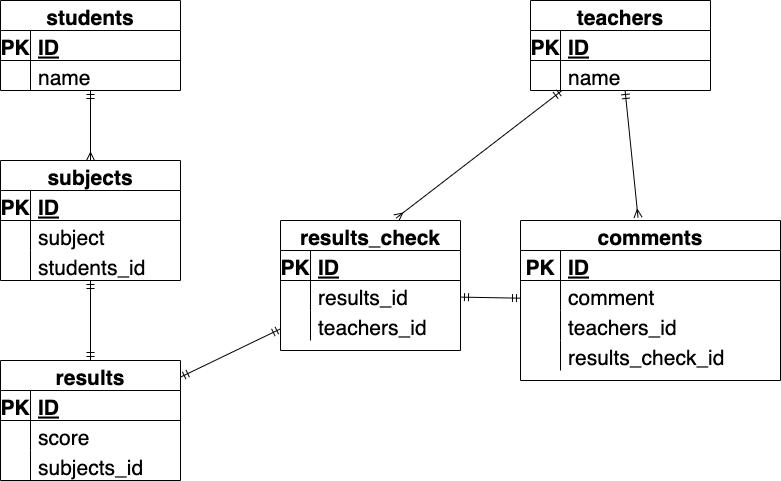
Before: index.drawio.png, a diagram exported from draw.io (kotasuke55/0526). Source tidied: cells renumbered, new cells last; positions are measured from the earlier drawing's top-left corner, leaving out a move shared by most shapes.
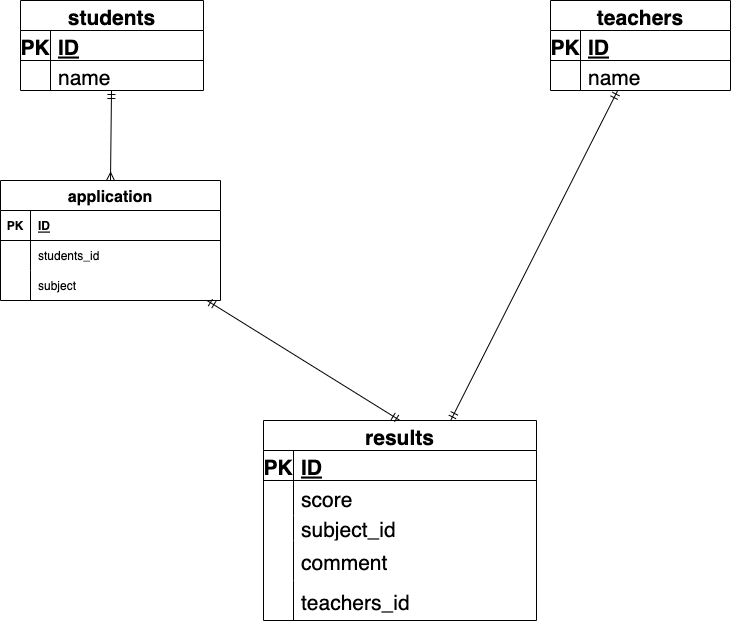
Later version of the same file.

Diff of the diagram source:
```diff
@@ -2,36 +2,30 @@
   <root>
     <mxCell id="0" />
     <mxCell id="1" parent="0" />
-    <mxCell id="2" style="edgeStyle=none;html=1;entryX=0.5;entryY=0;entryDx=0;entryDy=0;fontSize=21;startArrow=ERmandOne;startFill=0;endArrow=ERmany;endFill=0;" parent="1" edge="1" source="3" target="44">
-      <mxGeometry relative="1" as="geometry" />
-    </mxCell>
+    <mxCell id="65" style="edgeStyle=none;html=1;entryX=0.5;entryY=0;entryDx=0;entryDy=0;fontSize=16;startArrow=ERmandOne;startFill=0;endArrow=ERmany;endFill=0;" parent="1" edge="1" source="3" target="72">
+      <mxGeometry relative="1" as="geometry" />
+    </mxCell>
     <mxCell id="3" value="students" style="shape=table;startSize=30;rowLines=0;fontStyle=1;align=center;shadow=0;fontSize=21;" parent="1" vertex="1">
-      <mxGeometry width="180" height="90" as="geometry" />
+      <mxGeometry width="183" height="90" as="geometry" />
     </mxCell>
     <mxCell id="4" style="shape=partialRectangle;fillColor=none;top=0;left=0;bottom=1;right=0;shadow=0;fontSize=21;" parent="3" vertex="1">
-      <mxGeometry y="30" width="180" height="30" as="geometry" />
+      <mxGeometry y="30" width="183" height="30" as="geometry" />
     </mxCell>
     <mxCell id="5" value="PK" style="shape=partialRectangle;fillColor=none;top=0;left=0;bottom=0;right=0;fontStyle=1;overflow=hidden;shadow=0;fontSize=21;" parent="4" vertex="1">
       <mxGeometry width="30" height="30" as="geometry" />
     </mxCell>
     <mxCell id="6" value="ID" style="shape=partialRectangle;fillColor=none;top=0;left=0;bottom=0;right=0;align=left;spacingLeft=6;fontStyle=5;overflow=hidden;shadow=0;fontSize=21;" parent="4" vertex="1">
-      <mxGeometry x="30" width="150" height="30" as="geometry" />
+      <mxGeometry x="30" width="153" height="30" as="geometry" />
     </mxCell>
     <mxCell id="7" style="shape=partialRectangle;fillColor=none;top=0;left=0;bottom=0;right=0;shadow=0;fontSize=21;" parent="3" vertex="1">
-      <mxGeometry y="60" width="180" height="30" as="geometry" />
+      <mxGeometry y="60" width="183" height="30" as="geometry" />
     </mxCell>
     <mxCell id="8" style="shape=partialRectangle;fillColor=none;top=0;left=0;bottom=0;right=0;overflow=hidden;shadow=0;fontSize=21;" parent="7" vertex="1">
       <mxGeometry width="30" height="30" as="geometry" />
     </mxCell>
     <mxCell id="9" value="name" style="shape=partialRectangle;fillColor=none;top=0;left=0;bottom=0;right=0;align=left;spacingLeft=6;overflow=hidden;shadow=0;fontSize=21;" parent="7" vertex="1">
-      <mxGeometry x="30" width="150" height="30" as="geometry" />
+      <mxGeometry x="30" width="153" height="30" as="geometry" />
     </mxCell>
-    <mxCell id="10" style="edgeStyle=none;html=1;entryX=0.452;entryY=-0.019;entryDx=0;entryDy=0;entryPerimeter=0;fontSize=21;startArrow=ERmandOne;startFill=0;endArrow=ERmany;endFill=0;" parent="1" edge="1" source="12" target="31">
-      <mxGeometry relative="1" as="geometry" />
-    </mxCell>
-    <mxCell id="11" style="edgeStyle=none;html=1;entryX=0.643;entryY=-0.019;entryDx=0;entryDy=0;entryPerimeter=0;fontSize=21;startArrow=ERmandOne;startFill=0;endArrow=ERmany;endFill=0;" parent="1" edge="1" source="12" target="54">
-      <mxGeometry relative="1" as="geometry" />
-    </mxCell>
     <mxCell id="12" value="teachers" style="shape=table;startSize=30;rowLines=0;fontStyle=1;align=center;shadow=0;fontSize=21;" parent="1" vertex="1">
       <mxGeometry x="530" width="180" height="90" as="geometry" />
     </mxCell>
@@ -53,143 +47,89 @@
     <mxCell id="18" value="name" style="shape=partialRectangle;fillColor=none;top=0;left=0;bottom=0;right=0;align=left;spacingLeft=6;overflow=hidden;shadow=0;fontSize=21;" parent="16" vertex="1">
       <mxGeometry x="30" width="150" height="30" as="geometry" />
     </mxCell>
-    <mxCell id="19" style="edgeStyle=none;html=1;fontSize=21;startArrow=ERmandOne;startFill=0;endArrow=ERmandOne;endFill=0;" parent="1" edge="1" source="21" target="44">
-      <mxGeometry relative="1" as="geometry" />
-    </mxCell>
-    <mxCell id="20" style="edgeStyle=none;html=1;fontSize=21;startArrow=ERmandOne;startFill=0;endArrow=ERmandOne;endFill=0;" parent="1" edge="1" source="21" target="54">
+    <mxCell id="20" style="edgeStyle=none;html=1;fontSize=21;startArrow=ERmandOne;startFill=0;endArrow=ERmandOne;endFill=0;" parent="1" edge="1" source="21" target="12">
       <mxGeometry relative="1" as="geometry" />
     </mxCell>
     <mxCell id="21" value="results" style="shape=table;startSize=30;rowLines=0;fontStyle=1;align=center;shadow=0;fontSize=21;" parent="1" vertex="1">
-      <mxGeometry y="360" width="180" height="120" as="geometry" />
+      <mxGeometry x="243" y="420" width="273" height="200" as="geometry" />
     </mxCell>
     <mxCell id="22" style="shape=partialRectangle;fillColor=none;top=0;left=0;bottom=1;right=0;shadow=0;fontSize=21;" parent="21" vertex="1">
-      <mxGeometry y="30" width="180" height="30" as="geometry" />
+      <mxGeometry y="30" width="273" height="30" as="geometry" />
     </mxCell>
     <mxCell id="23" value="PK" style="shape=partialRectangle;fillColor=none;top=0;left=0;bottom=0;right=0;fontStyle=1;overflow=hidden;shadow=0;fontSize=21;" parent="22" vertex="1">
       <mxGeometry width="30" height="30" as="geometry" />
     </mxCell>
     <mxCell id="24" value="ID" style="shape=partialRectangle;fillColor=none;top=0;left=0;bottom=0;right=0;align=left;spacingLeft=6;fontStyle=5;overflow=hidden;shadow=0;fontSize=21;" parent="22" vertex="1">
-      <mxGeometry x="30" width="150" height="30" as="geometry" />
+      <mxGeometry x="30" width="243" height="30" as="geometry" />
     </mxCell>
     <mxCell id="25" style="shape=partialRectangle;fillColor=none;top=0;left=0;bottom=0;right=0;shadow=0;fontSize=21;" parent="21" vertex="1">
-      <mxGeometry y="60" width="180" height="30" as="geometry" />
+      <mxGeometry y="60" width="273" height="35" as="geometry" />
     </mxCell>
     <mxCell id="26" style="shape=partialRectangle;fillColor=none;top=0;left=0;bottom=0;right=0;overflow=hidden;shadow=0;fontSize=21;" parent="25" vertex="1">
-      <mxGeometry width="30" height="30" as="geometry" />
+      <mxGeometry width="30" height="35" as="geometry" />
     </mxCell>
     <mxCell id="27" value="score" style="shape=partialRectangle;fillColor=none;top=0;left=0;bottom=0;right=0;align=left;spacingLeft=6;overflow=hidden;shadow=0;fontSize=21;" parent="25" vertex="1">
-      <mxGeometry x="30" width="150" height="30" as="geometry" />
+      <mxGeometry x="30" width="243" height="35" as="geometry" />
     </mxCell>
     <mxCell id="28" style="shape=partialRectangle;fillColor=none;top=0;left=0;bottom=0;right=0;shadow=0;fontSize=21;" parent="21" vertex="1">
-      <mxGeometry y="90" width="180" height="30" as="geometry" />
+      <mxGeometry y="95" width="273" height="25" as="geometry" />
     </mxCell>
     <mxCell id="29" style="shape=partialRectangle;fillColor=none;top=0;left=0;bottom=0;right=0;overflow=hidden;shadow=0;fontSize=21;" parent="28" vertex="1">
-      <mxGeometry width="30" height="30" as="geometry" />
+      <mxGeometry width="30" height="25" as="geometry" />
     </mxCell>
-    <mxCell id="30" value="subjects_id" style="shape=partialRectangle;fillColor=none;top=0;left=0;bottom=0;right=0;align=left;spacingLeft=6;overflow=hidden;shadow=0;fontSize=21;" parent="28" vertex="1">
-      <mxGeometry x="30" width="150" height="30" as="geometry" />
+    <mxCell id="30" value="subject_id" style="shape=partialRectangle;fillColor=none;top=0;left=0;bottom=0;right=0;align=left;spacingLeft=6;overflow=hidden;shadow=0;fontSize=21;" parent="28" vertex="1">
+      <mxGeometry x="30" width="243" height="25" as="geometry" />
     </mxCell>
-    <mxCell id="31" value="comments" style="shape=table;startSize=30;rowLines=0;fontStyle=1;align=center;shadow=0;fontSize=21;" parent="1" vertex="1">
-      <mxGeometry x="520" y="220" width="260" height="160" as="geometry" />
-    </mxCell>
-    <mxCell id="32" style="shape=partialRectangle;fillColor=none;top=0;left=0;bottom=1;right=0;shadow=0;fontSize=21;" parent="31" vertex="1">
-      <mxGeometry y="30" width="260" height="30" as="geometry" />
-    </mxCell>
-    <mxCell id="33" value="PK" style="shape=partialRectangle;fillColor=none;top=0;left=0;bottom=0;right=0;fontStyle=1;overflow=hidden;shadow=0;fontSize=21;" parent="32" vertex="1">
-      <mxGeometry width="40" height="30" as="geometry" />
-    </mxCell>
-    <mxCell id="34" value="ID" style="shape=partialRectangle;fillColor=none;top=0;left=0;bottom=0;right=0;align=left;spacingLeft=6;fontStyle=5;overflow=hidden;shadow=0;fontSize=21;" parent="32" vertex="1">
-      <mxGeometry x="40" width="220" height="30" as="geometry" />
-    </mxCell>
-    <mxCell id="35" style="shape=partialRectangle;fillColor=none;top=0;left=0;bottom=0;right=0;shadow=0;fontSize=21;" parent="31" vertex="1">
-      <mxGeometry y="60" width="260" height="30" as="geometry" />
-    </mxCell>
-    <mxCell id="36" style="shape=partialRectangle;fillColor=none;top=0;left=0;bottom=0;right=0;overflow=hidden;shadow=0;fontSize=21;" parent="35" vertex="1">
-      <mxGeometry width="40" height="30" as="geometry" />
-    </mxCell>
+    <mxCell id="66" style="shape=partialRectangle;fillColor=none;top=0;left=0;bottom=0;right=0;fontSize=16;" parent="21" vertex="1">
+      <mxGeometry y="120" width="273" height="40" as="geometry" />
+    </mxCell>
+    <mxCell id="67" style="shape=partialRectangle;fillColor=none;top=0;left=0;bottom=0;right=0;overflow=hidden;fontSize=16;" parent="66" vertex="1">
+      <mxGeometry width="30" height="40" as="geometry" />
+    </mxCell>
-    <mxCell id="37" value="comment" style="shape=partialRectangle;fillColor=none;top=0;left=0;bottom=0;right=0;align=left;spacingLeft=6;overflow=hidden;shadow=0;fontSize=21;" parent="35" vertex="1">
-      <mxGeometry x="40" width="220" height="30" as="geometry" />
+    <mxCell id="37" value="comment" style="shape=partialRectangle;fillColor=none;top=0;left=0;bottom=0;right=0;align=left;spacingLeft=6;overflow=hidden;fontSize=21;" parent="66" vertex="1">
+      <mxGeometry x="30" width="243" height="40" as="geometry" />
     </mxCell>
-    <mxCell id="38" style="shape=partialRectangle;fillColor=none;top=0;left=0;bottom=0;right=0;shadow=0;fontSize=21;" parent="31" vertex="1">
-      <mxGeometry y="90" width="260" height="30" as="geometry" />
-    </mxCell>
-    <mxCell id="39" style="shape=partialRectangle;fillColor=none;top=0;left=0;bottom=0;right=0;overflow=hidden;shadow=0;fontSize=21;" parent="38" vertex="1">
-      <mxGeometry width="40" height="30" as="geometry" />
-    </mxCell>
-    <mxCell id="40" value="teachers_id" style="shape=partialRectangle;fillColor=none;top=0;left=0;bottom=0;right=0;align=left;spacingLeft=6;overflow=hidden;shadow=0;fontSize=21;" parent="38" vertex="1">
-      <mxGeometry x="40" width="220" height="30" as="geometry" />
-    </mxCell>
-    <mxCell id="41" style="shape=partialRectangle;fillColor=none;top=0;left=0;bottom=0;right=0;shadow=0;fontSize=21;" parent="31" vertex="1">
-      <mxGeometry y="120" width="260" height="30" as="geometry" />
-    </mxCell>
-    <mxCell id="42" style="shape=partialRectangle;fillColor=none;top=0;left=0;bottom=0;right=0;overflow=hidden;shadow=0;fontSize=21;" parent="41" vertex="1">
-      <mxGeometry width="40" height="30" as="geometry" />
-    </mxCell>
-    <mxCell id="43" value="results_check_id" style="shape=partialRectangle;fillColor=none;top=0;left=0;bottom=0;right=0;align=left;spacingLeft=6;overflow=hidden;shadow=0;fontSize=21;" parent="41" vertex="1">
-      <mxGeometry x="40" width="220" height="30" as="geometry" />
-    </mxCell>
-    <mxCell id="44" value="subjects" style="shape=table;startSize=30;rowLines=0;fontStyle=1;align=center;shadow=0;fontSize=21;" parent="1" vertex="1">
-      <mxGeometry y="160" width="180" height="120" as="geometry" />
-    </mxCell>
-    <mxCell id="45" style="shape=partialRectangle;fillColor=none;top=0;left=0;bottom=1;right=0;shadow=0;fontSize=21;" parent="44" vertex="1">
-      <mxGeometry y="30" width="180" height="30" as="geometry" />
-    </mxCell>
-    <mxCell id="46" value="PK" style="shape=partialRectangle;fillColor=none;top=0;left=0;bottom=0;right=0;fontStyle=1;overflow=hidden;shadow=0;fontSize=21;" parent="45" vertex="1">
-      <mxGeometry width="30" height="30" as="geometry" />
-    </mxCell>
-    <mxCell id="47" value="ID" style="shape=partialRectangle;fillColor=none;top=0;left=0;bottom=0;right=0;align=left;spacingLeft=6;fontStyle=5;overflow=hidden;shadow=0;fontSize=21;" parent="45" vertex="1">
-      <mxGeometry x="30" width="150" height="30" as="geometry" />
-    </mxCell>
-    <mxCell id="48" style="shape=partialRectangle;fillColor=none;top=0;left=0;bottom=0;right=0;shadow=0;fontSize=21;" parent="44" vertex="1">
-      <mxGeometry y="60" width="180" height="30" as="geometry" />
-    </mxCell>
-    <mxCell id="49" style="shape=partialRectangle;fillColor=none;top=0;left=0;bottom=0;right=0;overflow=hidden;shadow=0;fontSize=21;" parent="48" vertex="1">
-      <mxGeometry width="30" height="30" as="geometry" />
-    </mxCell>
+    <mxCell id="68" style="shape=partialRectangle;fillColor=none;top=0;left=0;bottom=0;right=0;fontSize=16;" parent="21" vertex="1">
+      <mxGeometry y="160" width="273" height="40" as="geometry" />
+    </mxCell>
+    <mxCell id="69" style="shape=partialRectangle;fillColor=none;top=0;left=0;bottom=0;right=0;overflow=hidden;fontSize=16;" parent="68" vertex="1">
+      <mxGeometry width="30" height="40" as="geometry" />
+    </mxCell>
+    <mxCell id="70" value="teachers_id" style="shape=partialRectangle;fillColor=none;top=0;left=0;bottom=0;right=0;align=left;spacingLeft=6;overflow=hidden;fontSize=21;" parent="68" vertex="1">
+      <mxGeometry x="30" width="243" height="40" as="geometry" />
+    </mxCell>
+    <mxCell id="71" style="edgeStyle=none;html=1;entryX=0.5;entryY=0;entryDx=0;entryDy=0;fontSize=16;startArrow=ERmandOne;startFill=0;endArrow=ERmandOne;endFill=0;" parent="1" edge="1" source="72" target="21">
+      <mxGeometry relative="1" as="geometry" />
+    </mxCell>
+    <mxCell id="72" value="application" style="shape=table;startSize=30;rowLines=0;fontStyle=1;align=center;fontSize=16;" parent="1" vertex="1">
+      <mxGeometry x="-20" y="180" width="220" height="120" as="geometry" />
+    </mxCell>
+    <mxCell id="73" style="shape=partialRectangle;fillColor=none;top=0;left=0;bottom=1;right=0;" parent="72" vertex="1">
+      <mxGeometry y="30" width="220" height="30" as="geometry" />
+    </mxCell>
+    <mxCell id="74" value="PK" style="shape=partialRectangle;fillColor=none;top=0;left=0;bottom=0;right=0;fontStyle=1;overflow=hidden;" parent="73" vertex="1">
+      <mxGeometry width="30" height="30" as="geometry" />
+    </mxCell>
+    <mxCell id="75" value="ID" style="shape=partialRectangle;fillColor=none;top=0;left=0;bottom=0;right=0;align=left;spacingLeft=6;fontStyle=5;overflow=hidden;" parent="73" vertex="1">
+      <mxGeometry x="30" width="190" height="30" as="geometry" />
+    </mxCell>
+    <mxCell id="76" style="shape=partialRectangle;fillColor=none;top=0;left=0;bottom=0;right=0;" parent="72" vertex="1">
+      <mxGeometry y="60" width="220" height="30" as="geometry" />
+    </mxCell>
+    <mxCell id="77" style="shape=partialRectangle;fillColor=none;top=0;left=0;bottom=0;right=0;overflow=hidden;" parent="76" vertex="1">
+      <mxGeometry width="30" height="30" as="geometry" />
+    </mxCell>
+    <mxCell id="53" value="students_id" style="shape=partialRectangle;fillColor=none;top=0;left=0;bottom=0;right=0;align=left;spacingLeft=6;overflow=hidden;" parent="76" vertex="1">
+      <mxGeometry x="30" width="190" height="30" as="geometry" />
+    </mxCell>
+    <mxCell id="78" style="shape=partialRectangle;fillColor=none;top=0;left=0;bottom=0;right=0;" parent="72" vertex="1">
+      <mxGeometry y="90" width="220" height="30" as="geometry" />
+    </mxCell>
+    <mxCell id="79" style="shape=partialRectangle;fillColor=none;top=0;left=0;bottom=0;right=0;overflow=hidden;" parent="78" vertex="1">
+      <mxGeometry width="30" height="30" as="geometry" />
+    </mxCell>
-    <mxCell id="50" value="subject" style="shape=partialRectangle;fillColor=none;top=0;left=0;bottom=0;right=0;align=left;spacingLeft=6;overflow=hidden;shadow=0;fontSize=21;" parent="48" vertex="1">
-      <mxGeometry x="30" width="150" height="30" as="geometry" />
+    <mxCell id="50" value="subject" style="shape=partialRectangle;fillColor=none;top=0;left=0;bottom=0;right=0;align=left;spacingLeft=6;overflow=hidden;" parent="78" vertex="1">
+      <mxGeometry x="30" width="190" height="30" as="geometry" />
     </mxCell>
-    <mxCell id="51" style="shape=partialRectangle;fillColor=none;top=0;left=0;bottom=0;right=0;shadow=0;fontSize=21;" parent="44" vertex="1">
-      <mxGeometry y="90" width="180" height="30" as="geometry" />
-    </mxCell>
-    <mxCell id="52" style="shape=partialRectangle;fillColor=none;top=0;left=0;bottom=0;right=0;overflow=hidden;shadow=0;fontSize=21;" parent="51" vertex="1">
-      <mxGeometry width="30" height="30" as="geometry" />
-    </mxCell>
-    <mxCell id="53" value="students_id" style="shape=partialRectangle;fillColor=none;top=0;left=0;bottom=0;right=0;align=left;spacingLeft=6;overflow=hidden;shadow=0;fontSize=21;" parent="51" vertex="1">
-      <mxGeometry x="30" width="150" height="30" as="geometry" />
-    </mxCell>
-    <mxCell id="54" value="results_check" style="shape=table;startSize=30;rowLines=0;fontStyle=1;align=center;shadow=0;fontSize=21;" parent="1" vertex="1">
-      <mxGeometry x="280" y="220" width="180" height="130" as="geometry" />
-    </mxCell>
-    <mxCell id="55" style="shape=partialRectangle;fillColor=none;top=0;left=0;bottom=1;right=0;shadow=0;fontSize=21;" parent="54" vertex="1">
-      <mxGeometry y="30" width="180" height="30" as="geometry" />
-    </mxCell>
-    <mxCell id="56" value="PK" style="shape=partialRectangle;fillColor=none;top=0;left=0;bottom=0;right=0;fontStyle=1;overflow=hidden;shadow=0;fontSize=21;" parent="55" vertex="1">
-      <mxGeometry width="30" height="30" as="geometry" />
-    </mxCell>
-    <mxCell id="57" value="ID" style="shape=partialRectangle;fillColor=none;top=0;left=0;bottom=0;right=0;align=left;spacingLeft=6;fontStyle=5;overflow=hidden;shadow=0;fontSize=21;" parent="55" vertex="1">
-      <mxGeometry x="30" width="150" height="30" as="geometry" />
-    </mxCell>
-    <mxCell id="58" style="shape=partialRectangle;fillColor=none;top=0;left=0;bottom=0;right=0;points=[[0,0.5],[1,0.5]];portConstraint=eastwest;shadow=0;fontSize=21;" parent="54" vertex="1">
-      <mxGeometry y="60" width="180" height="30" as="geometry" />
-    </mxCell>
-    <mxCell id="59" style="shape=partialRectangle;fillColor=none;top=0;left=0;bottom=0;right=0;overflow=hidden;shadow=0;fontSize=21;" parent="58" vertex="1">
-      <mxGeometry width="30" height="30" as="geometry" />
-    </mxCell>
-    <mxCell id="60" value="results_id" style="shape=partialRectangle;fillColor=none;top=0;left=0;bottom=0;right=0;align=left;spacingLeft=6;overflow=hidden;shadow=0;fontSize=21;" parent="58" vertex="1">
-      <mxGeometry x="30" width="150" height="30" as="geometry" />
-    </mxCell>
-    <mxCell id="61" style="shape=partialRectangle;fillColor=none;top=0;left=0;bottom=0;right=0;shadow=0;fontSize=21;" parent="54" vertex="1">
-      <mxGeometry y="90" width="180" height="30" as="geometry" />
-    </mxCell>
-    <mxCell id="62" style="shape=partialRectangle;fillColor=none;top=0;left=0;bottom=0;right=0;overflow=hidden;shadow=0;fontSize=21;" parent="61" vertex="1">
-      <mxGeometry width="30" height="30" as="geometry" />
-    </mxCell>
-    <mxCell id="63" value="teachers_id" style="shape=partialRectangle;fillColor=none;top=0;left=0;bottom=0;right=0;align=left;spacingLeft=6;overflow=hidden;shadow=0;fontSize=21;" parent="61" vertex="1">
-      <mxGeometry x="30" width="150" height="30" as="geometry" />
-    </mxCell>
-    <mxCell id="64" style="edgeStyle=none;html=1;fontSize=21;startArrow=ERmandOne;startFill=0;endArrow=ERmandOne;endFill=0;" parent="1" edge="1" source="58" target="31">
-      <mxGeometry relative="1" as="geometry" />
-    </mxCell>
   </root>
 </mxGraphModel>
```
